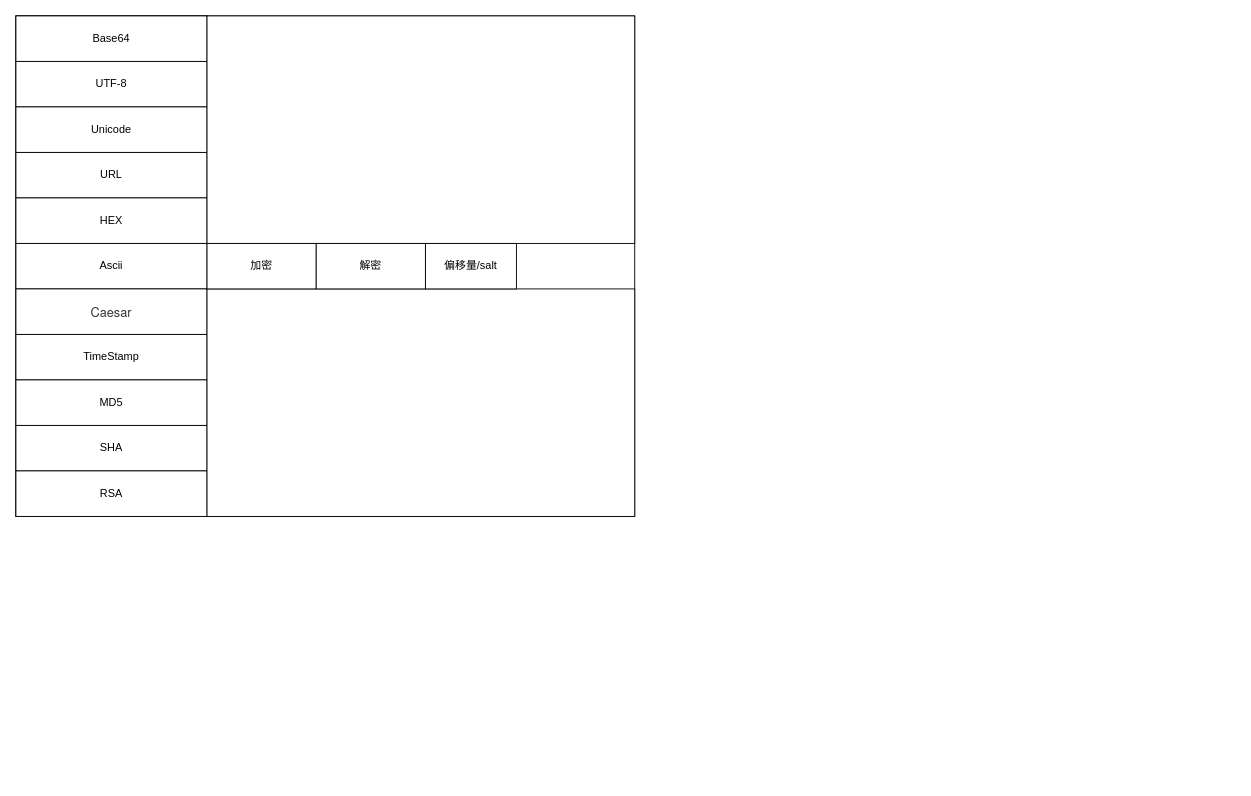
Before: blog/draw.drawio in Zephyrccc/ImageHostingService, a draw.io diagram. Source tidied: cells renumbered, new cells numbered last; positions are measured from the earlier drawing's top-left corner, leaving out a move shared by most shapes. Both pictures are drawn from the tidied source at 91%, with x=0, y=0 at pixel (15, 15).
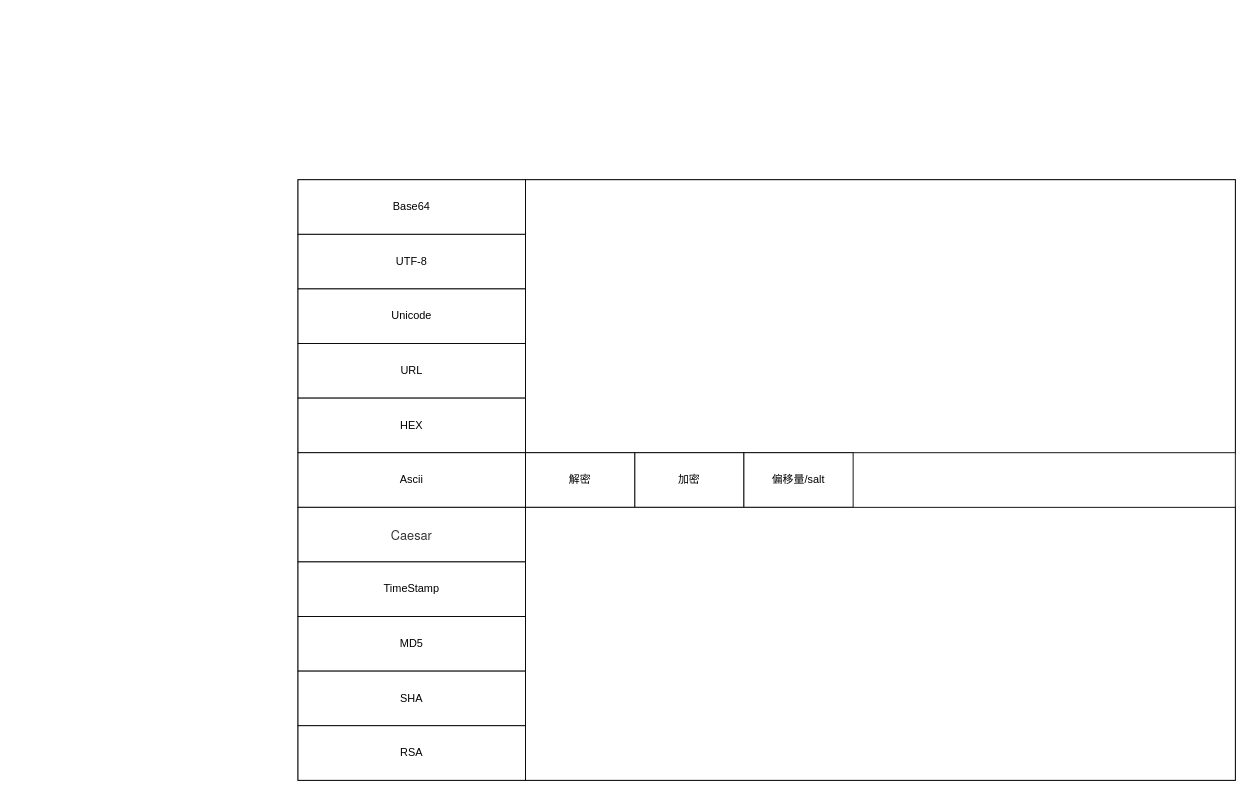
The same page after the edit.

Diff of the diagram source:
```diff
@@
 <mxGraphModel>
   <root>
     <mxCell id="0" />
     <mxCell id="1" parent="0" />
     <mxCell id="2" style="rounded=0;whiteSpace=wrap;html=1;" parent="1" vertex="1">
-      <mxGeometry width="680" height="550" as="geometry" />
+      <mxGeometry x="310" y="180" width="1030" height="660" as="geometry" />
     </mxCell>
-    <mxCell id="3" style="rounded=0;whiteSpace=wrap;html=1;" parent="1" vertex="1">
-      <mxGeometry width="210" height="550" as="geometry" />
-    </mxCell>
     <mxCell id="4" value="Base64" style="rounded=0;whiteSpace=wrap;html=1;" parent="1" vertex="1">
-      <mxGeometry width="210" height="50" as="geometry" />
+      <mxGeometry x="310" y="180" width="250" height="60" as="geometry" />
     </mxCell>
     <mxCell id="5" value="UTF-8" style="rounded=0;whiteSpace=wrap;html=1;" parent="1" vertex="1">
-      <mxGeometry y="50" width="210" height="50" as="geometry" />
+      <mxGeometry x="310" y="240" width="250" height="60" as="geometry" />
     </mxCell>
     <mxCell id="6" value="Unicode" style="rounded=0;whiteSpace=wrap;html=1;" parent="1" vertex="1">
-      <mxGeometry y="100" width="210" height="50" as="geometry" />
+      <mxGeometry x="310" y="300" width="250" height="60" as="geometry" />
     </mxCell>
     <mxCell id="7" value="URL" style="rounded=0;whiteSpace=wrap;html=1;" parent="1" vertex="1">
-      <mxGeometry y="150" width="210" height="50" as="geometry" />
+      <mxGeometry x="310" y="360" width="250" height="60" as="geometry" />
     </mxCell>
     <mxCell id="8" value="HEX" style="rounded=0;whiteSpace=wrap;html=1;" parent="1" vertex="1">
-      <mxGeometry y="200" width="210" height="50" as="geometry" />
+      <mxGeometry x="310" y="420" width="250" height="60" as="geometry" />
     </mxCell>
     <mxCell id="9" value="Ascii" style="rounded=0;whiteSpace=wrap;html=1;" parent="1" vertex="1">
-      <mxGeometry y="250" width="210" height="50" as="geometry" />
+      <mxGeometry x="310" y="480" width="250" height="60" as="geometry" />
     </mxCell>
     <mxCell id="10" value="&lt;span style=&quot;color: rgb(51, 51, 51); font-family: &amp;quot;Helvetica Neue&amp;quot;, Helvetica, Arial, &amp;quot;PingFang SC&amp;quot;, &amp;quot;Hiragino Sans GB&amp;quot;, &amp;quot;Microsoft YaHei&amp;quot;, &amp;quot;WenQuanYi Micro Hei&amp;quot;, sans-serif; font-size: 14px; text-align: start; text-indent: 28px; background-color: rgb(255, 255, 255);&quot;&gt;Caesar&lt;/span&gt;" style="rounded=0;whiteSpace=wrap;html=1;" parent="1" vertex="1">
-      <mxGeometry y="300" width="210" height="50" as="geometry" />
+      <mxGeometry x="310" y="540" width="250" height="60" as="geometry" />
     </mxCell>
     <mxCell id="11" value="TimeStamp" style="rounded=0;whiteSpace=wrap;html=1;" parent="1" vertex="1">
-      <mxGeometry y="350" width="210" height="50" as="geometry" />
+      <mxGeometry x="310" y="600" width="250" height="60" as="geometry" />
     </mxCell>
     <mxCell id="12" value="MD5" style="rounded=0;whiteSpace=wrap;html=1;" parent="1" vertex="1">
-      <mxGeometry y="400" width="210" height="50" as="geometry" />
+      <mxGeometry x="310" y="660" width="250" height="60" as="geometry" />
     </mxCell>
     <mxCell id="13" value="SHA" style="rounded=0;whiteSpace=wrap;html=1;" parent="1" vertex="1">
-      <mxGeometry y="450" width="210" height="50" as="geometry" />
+      <mxGeometry x="310" y="720" width="250" height="60" as="geometry" />
     </mxCell>
     <mxCell id="14" value="RSA" style="rounded=0;whiteSpace=wrap;html=1;" parent="1" vertex="1">
-      <mxGeometry y="500" width="210" height="50" as="geometry" />
+      <mxGeometry x="310" y="780" width="250" height="60" as="geometry" />
     </mxCell>
     <mxCell id="15" style="rounded=0;whiteSpace=wrap;html=1;" parent="1" vertex="1">
-      <mxGeometry x="210" width="470" height="250" as="geometry" />
+      <mxGeometry x="560" y="180" width="780" height="300" as="geometry" />
     </mxCell>
-    <mxCell id="16" style="rounded=0;whiteSpace=wrap;html=1;" parent="1" vertex="1">
-      <mxGeometry x="210" y="300" width="470" height="250" as="geometry" />
-    </mxCell>
     <mxCell id="17" value="加密" style="rounded=0;whiteSpace=wrap;html=1;" parent="1" vertex="1">
-      <mxGeometry x="210" y="250" width="120" height="50" as="geometry" />
+      <mxGeometry x="680" y="480" width="120" height="60" as="geometry" />
     </mxCell>
     <mxCell id="18" value="解密" style="rounded=0;whiteSpace=wrap;html=1;" parent="1" vertex="1">
-      <mxGeometry x="330" y="250" width="120" height="50" as="geometry" />
+      <mxGeometry x="560" y="480" width="120" height="60" as="geometry" />
     </mxCell>
     <mxCell id="19" value="偏移量/salt" style="rounded=0;whiteSpace=wrap;html=1;" parent="1" vertex="1">
-      <mxGeometry x="450" y="250" width="100" height="50" as="geometry" />
+      <mxGeometry x="800" y="480" width="120" height="60" as="geometry" />
     </mxCell>
+    <mxCell id="20" style="rounded=0;whiteSpace=wrap;html=1;" parent="1" vertex="1">
+      <mxGeometry x="560" y="540" width="780" height="300" as="geometry" />
+    </mxCell>
   </root>
 </mxGraphModel>
```
